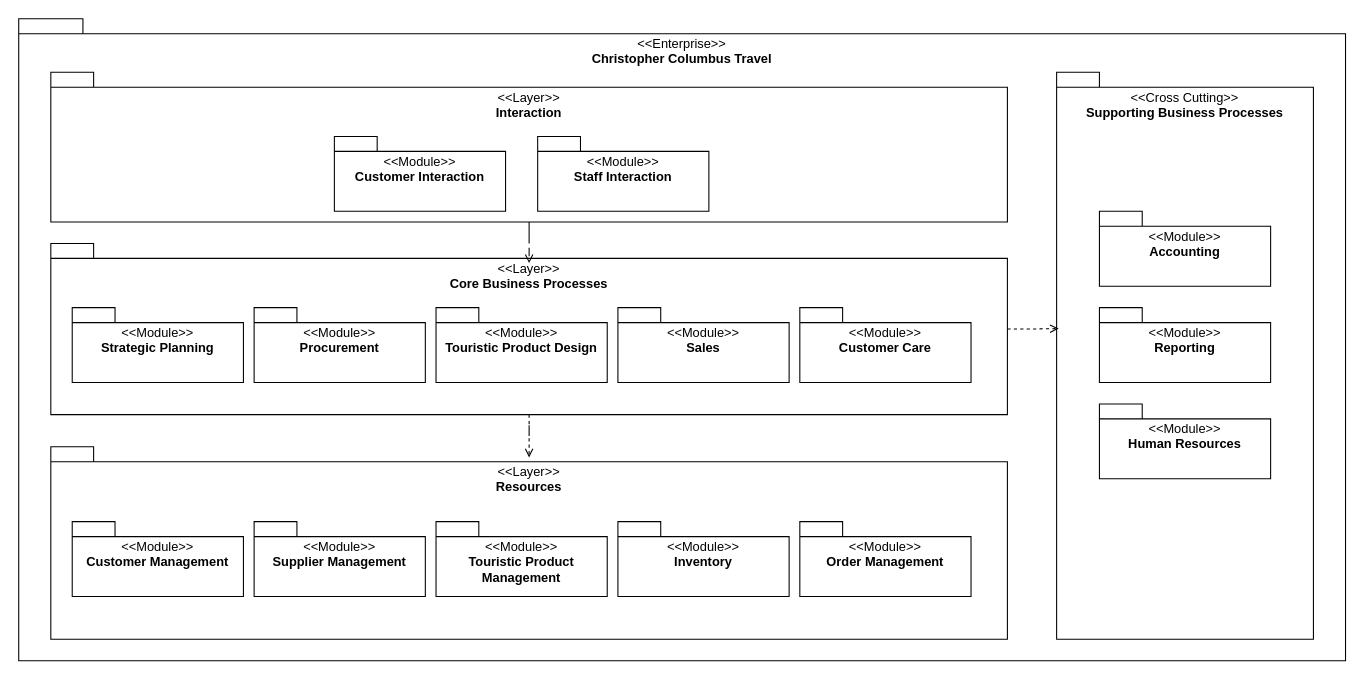
The draw.io diagram docs/architecture/software-architecture/software-architecture.drawio in hochschule-darmstadt/a3se_app, before the edit. Source tidied: cells renumbered, new cells numbered last; positions are measured from the earlier drawing's top-left corner, leaving out a move shared by most shapes. Both pictures are drawn from the tidied source at 107%, with x=0, y=0 at pixel (18, 18).
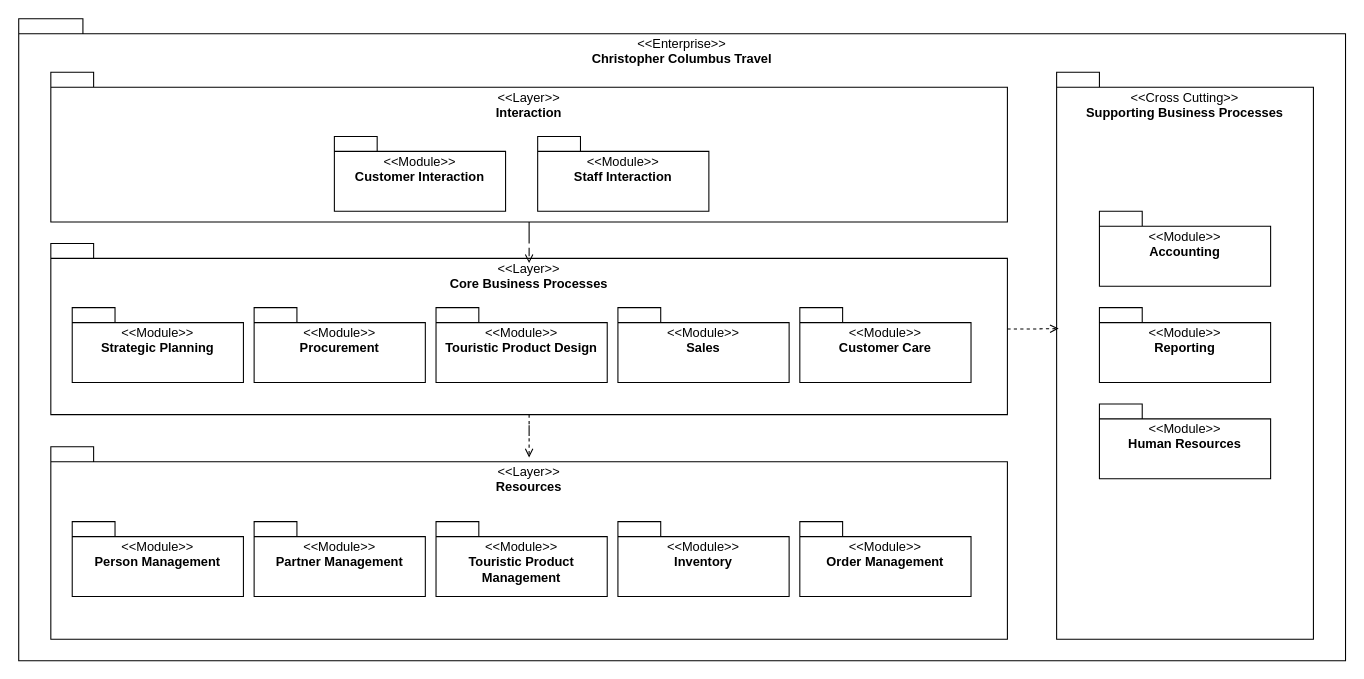
The same page after the edit.

The edit, as a diff of the source:
```diff
@@
-    <mxCell id="14" value="&lt;span style=&quot;font-weight: normal;&quot;&gt;&amp;lt;&amp;lt;Module&amp;gt;&amp;gt;&lt;/span&gt;&lt;div&gt;Supplier Management&lt;/div&gt;" style="shape=folder;fontStyle=1;spacingTop=10;tabWidth=40;tabHeight=14;tabPosition=left;html=1;whiteSpace=wrap;align=center;verticalAlign=top;" parent="1" vertex="1">
+    <mxCell id="14" value="&lt;span style=&quot;font-weight: normal;&quot;&gt;&amp;lt;&amp;lt;Module&amp;gt;&amp;gt;&lt;/span&gt;&lt;div&gt;Partner Management&lt;/div&gt;" style="shape=folder;fontStyle=1;spacingTop=10;tabWidth=40;tabHeight=14;tabPosition=left;html=1;whiteSpace=wrap;align=center;verticalAlign=top;" parent="1" vertex="1">
       <mxGeometry x="220" y="470" width="160" height="70" as="geometry" />
     </mxCell>
@@
-    <mxCell id="16" value="&lt;span style=&quot;font-weight: normal;&quot;&gt;&amp;lt;&amp;lt;Module&amp;gt;&amp;gt;&lt;/span&gt;&lt;div&gt;Customer Management&lt;/div&gt;" style="shape=folder;fontStyle=1;spacingTop=10;tabWidth=40;tabHeight=14;tabPosition=left;html=1;whiteSpace=wrap;align=center;verticalAlign=top;" parent="1" vertex="1">
+    <mxCell id="16" value="&lt;span style=&quot;font-weight: normal;&quot;&gt;&amp;lt;&amp;lt;Module&amp;gt;&amp;gt;&lt;/span&gt;&lt;div&gt;Person Management&lt;/div&gt;" style="shape=folder;fontStyle=1;spacingTop=10;tabWidth=40;tabHeight=14;tabPosition=left;html=1;whiteSpace=wrap;align=center;verticalAlign=top;" parent="1" vertex="1">
       <mxGeometry x="50" y="470" width="160" height="70" as="geometry" />
     </mxCell>
```
